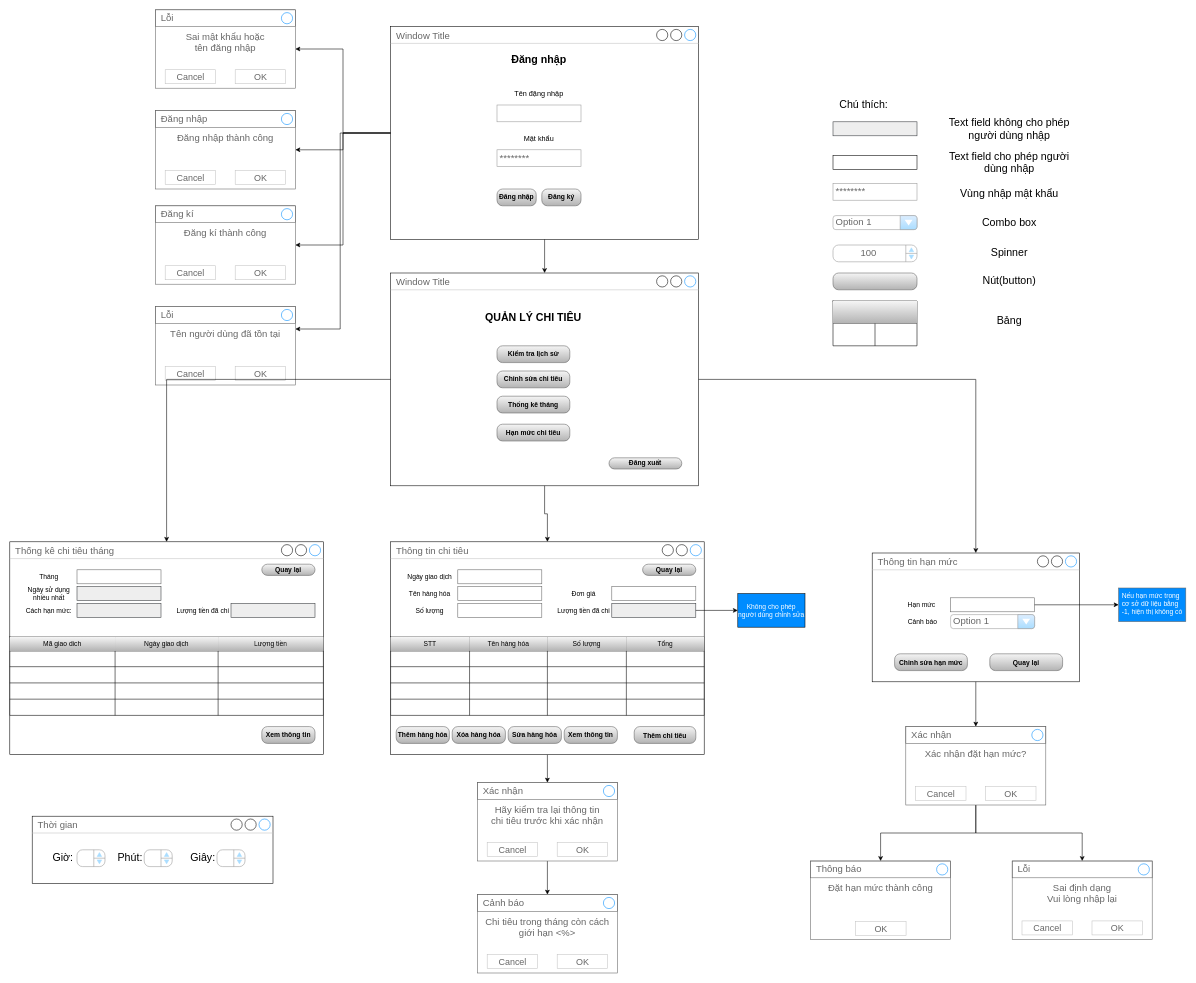
This is Diagrams/Screen diagram.drawio from AkallHuynh/IS216.L21.HTCL-Java, a draw.io file, before an edit. Source tidied: cells renumbered, new cells numbered last; positions are measured from the earlier drawing's top-left corner, leaving out a move shared by most shapes. Both pictures are drawn from the tidied source at 56%, with x=0, y=0 at pixel (10, 10).
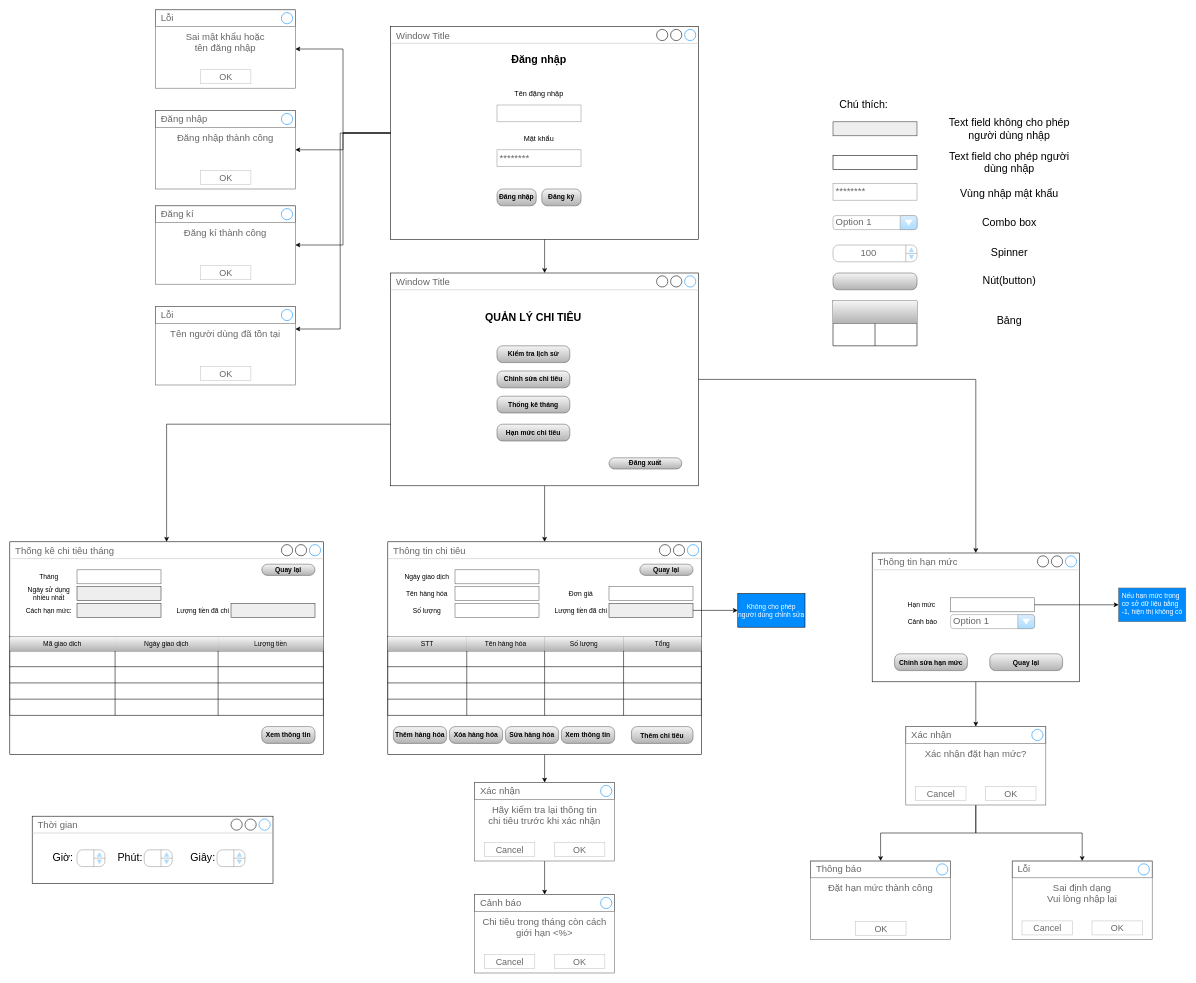
The same page after the edit.

The change refers to these unchanged cells:
```xml
<mxCell id="88" value="Thống kê chi tiêu tháng" style="strokeWidth=1;shadow=0;dashed=0;align=center;html=1;shape=mxgraph.mockup.containers.window;align=left;verticalAlign=top;spacingLeft=8;strokeColor2=#008cff;strokeColor3=#c4c4c4;fontColor=#666666;mainText=;fontSize=17;labelBackgroundColor=none;" parent="87" vertex="1">
  <mxGeometry width="560" height="380" as="geometry" />
</mxCell>
<mxCell id="121" value="Window Title" style="strokeWidth=1;shadow=0;dashed=0;align=center;html=1;shape=mxgraph.mockup.containers.window;align=left;verticalAlign=top;spacingLeft=8;strokeColor2=#008cff;strokeColor3=#c4c4c4;fontColor=#666666;mainText=;fontSize=17;labelBackgroundColor=none;" parent="120" vertex="1">
  <mxGeometry width="550" height="380" as="geometry" />
</mxCell>
<mxCell id="144" value="Sai mật khẩu hoặc&lt;br&gt;tên đăng nhập" style="strokeWidth=1;shadow=0;dashed=0;align=center;html=1;shape=mxgraph.mockup.containers.rrect;rSize=0;strokeColor=#666666;fontColor=#666666;fontSize=17;verticalAlign=top;whiteSpace=wrap;fillColor=#ffffff;spacingTop=32;" parent="1" vertex="1">
  <mxGeometry x="260" width="250" height="140" as="geometry" />
</mxCell>
<mxCell id="149" value="Đăng nhập thành công" style="strokeWidth=1;shadow=0;dashed=0;align=center;html=1;shape=mxgraph.mockup.containers.rrect;rSize=0;strokeColor=#666666;fontColor=#666666;fontSize=17;verticalAlign=top;whiteSpace=wrap;fillColor=#ffffff;spacingTop=32;" parent="1" vertex="1">
  <mxGeometry x="260" y="180" width="250" height="140" as="geometry" />
</mxCell>
<mxCell id="154" value="Đăng kí thành công" style="strokeWidth=1;shadow=0;dashed=0;align=center;html=1;shape=mxgraph.mockup.containers.rrect;rSize=0;strokeColor=#666666;fontColor=#666666;fontSize=17;verticalAlign=top;whiteSpace=wrap;fillColor=#ffffff;spacingTop=32;" parent="1" vertex="1">
  <mxGeometry x="260" y="350" width="250" height="140" as="geometry" />
</mxCell>
<mxCell id="159" value="Tên người dùng đã tồn tại" style="strokeWidth=1;shadow=0;dashed=0;align=center;html=1;shape=mxgraph.mockup.containers.rrect;rSize=0;strokeColor=#666666;fontColor=#666666;fontSize=17;verticalAlign=top;whiteSpace=wrap;fillColor=#ffffff;spacingTop=32;" parent="1" vertex="1">
  <mxGeometry x="260" y="530" width="250" height="140" as="geometry" />
</mxCell>
```

The edit, as a diff of the source:
```diff
@@
     <mxCell id="4" value="Hãy kiểm tra lại thông tin&lt;br&gt;chi tiêu trước khi xác nhận" style="strokeWidth=1;shadow=0;dashed=0;align=center;html=1;shape=mxgraph.mockup.containers.rrect;rSize=0;strokeColor=#666666;fontColor=#666666;fontSize=17;verticalAlign=top;whiteSpace=wrap;fillColor=#ffffff;spacingTop=32;" parent="1" vertex="1">
-      <mxGeometry x="835" y="1380" width="250" height="140" as="geometry" />
+      <mxGeometry x="830" y="1380" width="250" height="140" as="geometry" />
     </mxCell>
@@
     <mxCell id="10" style="group;" parent="1" vertex="1">
-      <mxGeometry x="680" y="950" width="560" height="380" as="geometry" />
+      <mxGeometry x="675" y="950" width="560" height="380" as="geometry" />
     </mxCell>
@@
     <mxCell id="82" value="Chi tiêu trong tháng còn cách&lt;br&gt;giới hạn &amp;lt;%&amp;gt;" style="strokeWidth=1;shadow=0;dashed=0;align=center;html=1;shape=mxgraph.mockup.containers.rrect;rSize=0;strokeColor=#666666;fontColor=#666666;fontSize=17;verticalAlign=top;whiteSpace=wrap;fillColor=#ffffff;spacingTop=32;" parent="1" vertex="1">
-      <mxGeometry x="835" y="1580" width="250" height="140" as="geometry" />
+      <mxGeometry x="830" y="1580" width="250" height="140" as="geometry" />
     </mxCell>
@@
-    <mxCell id="147" value="Cancel" style="strokeWidth=1;shadow=0;dashed=0;align=center;html=1;shape=mxgraph.mockup.containers.rrect;rSize=0;fontSize=16;fontColor=#666666;strokeColor=#c4c4c4;whiteSpace=wrap;fillColor=none;" parent="144" vertex="1">
-      <mxGeometry x="0.25" y="1" width="90" height="25" relative="1" as="geometry">
-        <mxPoint x="-45" y="-33" as="offset" />
-      </mxGeometry>
-    </mxCell>
     <mxCell id="148" value="OK" style="strokeWidth=1;shadow=0;dashed=0;align=center;html=1;shape=mxgraph.mockup.containers.rrect;rSize=0;fontSize=16;fontColor=#666666;strokeColor=#c4c4c4;whiteSpace=wrap;fillColor=none;" parent="144" vertex="1">
       <mxGeometry x="0.75" y="1" width="90" height="25" relative="1" as="geometry">
-        <mxPoint x="-45" y="-33" as="offset" />
+        <mxPoint x="-107" y="-33" as="offset" />
       </mxGeometry>
     </mxCell>
@@
-    <mxCell id="152" value="Cancel" style="strokeWidth=1;shadow=0;dashed=0;align=center;html=1;shape=mxgraph.mockup.containers.rrect;rSize=0;fontSize=16;fontColor=#666666;strokeColor=#c4c4c4;whiteSpace=wrap;fillColor=none;" parent="149" vertex="1">
-      <mxGeometry x="0.25" y="1" width="90" height="25" relative="1" as="geometry">
-        <mxPoint x="-45" y="-33" as="offset" />
-      </mxGeometry>
-    </mxCell>
     <mxCell id="153" value="OK" style="strokeWidth=1;shadow=0;dashed=0;align=center;html=1;shape=mxgraph.mockup.containers.rrect;rSize=0;fontSize=16;fontColor=#666666;strokeColor=#c4c4c4;whiteSpace=wrap;fillColor=none;" parent="149" vertex="1">
       <mxGeometry x="0.75" y="1" width="90" height="25" relative="1" as="geometry">
-        <mxPoint x="-45" y="-33" as="offset" />
+        <mxPoint x="-107" y="-33" as="offset" />
       </mxGeometry>
     </mxCell>
@@
-    <mxCell id="157" value="Cancel" style="strokeWidth=1;shadow=0;dashed=0;align=center;html=1;shape=mxgraph.mockup.containers.rrect;rSize=0;fontSize=16;fontColor=#666666;strokeColor=#c4c4c4;whiteSpace=wrap;fillColor=none;" parent="154" vertex="1">
-      <mxGeometry x="0.25" y="1" width="90" height="25" relative="1" as="geometry">
-        <mxPoint x="-45" y="-33" as="offset" />
-      </mxGeometry>
-    </mxCell>
     <mxCell id="158" value="OK" style="strokeWidth=1;shadow=0;dashed=0;align=center;html=1;shape=mxgraph.mockup.containers.rrect;rSize=0;fontSize=16;fontColor=#666666;strokeColor=#c4c4c4;whiteSpace=wrap;fillColor=none;" parent="154" vertex="1">
       <mxGeometry x="0.75" y="1" width="90" height="25" relative="1" as="geometry">
-        <mxPoint x="-45" y="-33" as="offset" />
+        <mxPoint x="-107" y="-33" as="offset" />
       </mxGeometry>
     </mxCell>
@@
-    <mxCell id="162" value="Cancel" style="strokeWidth=1;shadow=0;dashed=0;align=center;html=1;shape=mxgraph.mockup.containers.rrect;rSize=0;fontSize=16;fontColor=#666666;strokeColor=#c4c4c4;whiteSpace=wrap;fillColor=none;" parent="159" vertex="1">
-      <mxGeometry x="0.25" y="1" width="90" height="25" relative="1" as="geometry">
-        <mxPoint x="-45" y="-33" as="offset" />
-      </mxGeometry>
-    </mxCell>
     <mxCell id="163" value="OK" style="strokeWidth=1;shadow=0;dashed=0;align=center;html=1;shape=mxgraph.mockup.containers.rrect;rSize=0;fontSize=16;fontColor=#666666;strokeColor=#c4c4c4;whiteSpace=wrap;fillColor=none;" parent="159" vertex="1">
       <mxGeometry x="0.75" y="1" width="90" height="25" relative="1" as="geometry">
-        <mxPoint x="-45" y="-33" as="offset" />
+        <mxPoint x="-107" y="-33" as="offset" />
       </mxGeometry>
     </mxCell>
@@
     <mxCell id="170" style="edgeStyle=orthogonalEdgeStyle;rounded=0;jettySize=auto;html=1;fontSize=13;" parent="1" edge="1" source="121" target="88">
-      <mxGeometry relative="1" as="geometry" />
+      <mxGeometry relative="1" as="geometry">
+        <Array as="points">
+          <mxPoint x="280" y="740" />
+        </Array>
+      </mxGeometry>
     </mxCell>
```
